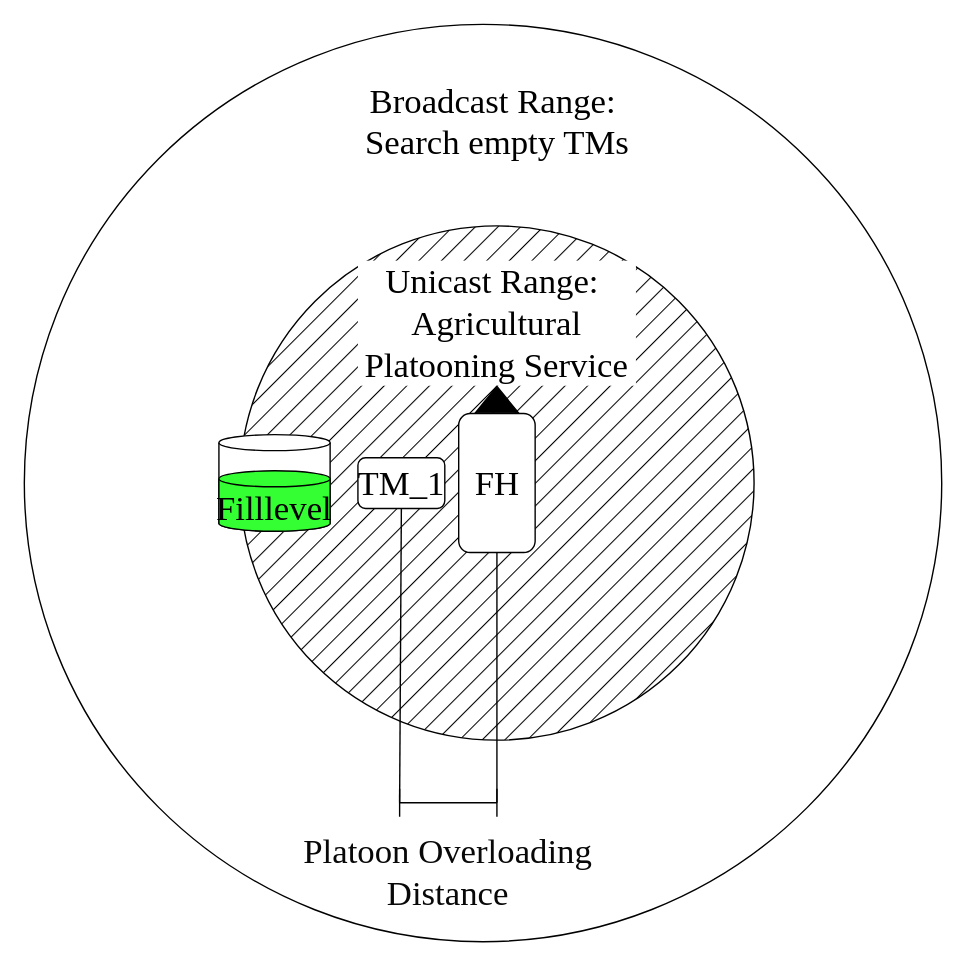
This is page "HALF Full" (13 of 15) of figures/drawio_files/drawings.drawio from klautenschlaeger/diploma_thesis, a draw.io file, before an edit. Source tidied: cells renumbered, new cells numbered last; positions are measured from the earlier drawing's top-left corner, leaving out a move shared by most shapes. Both pictures are drawn from the tidied source at 139%, with x=0, y=0 at pixel (24, 24).
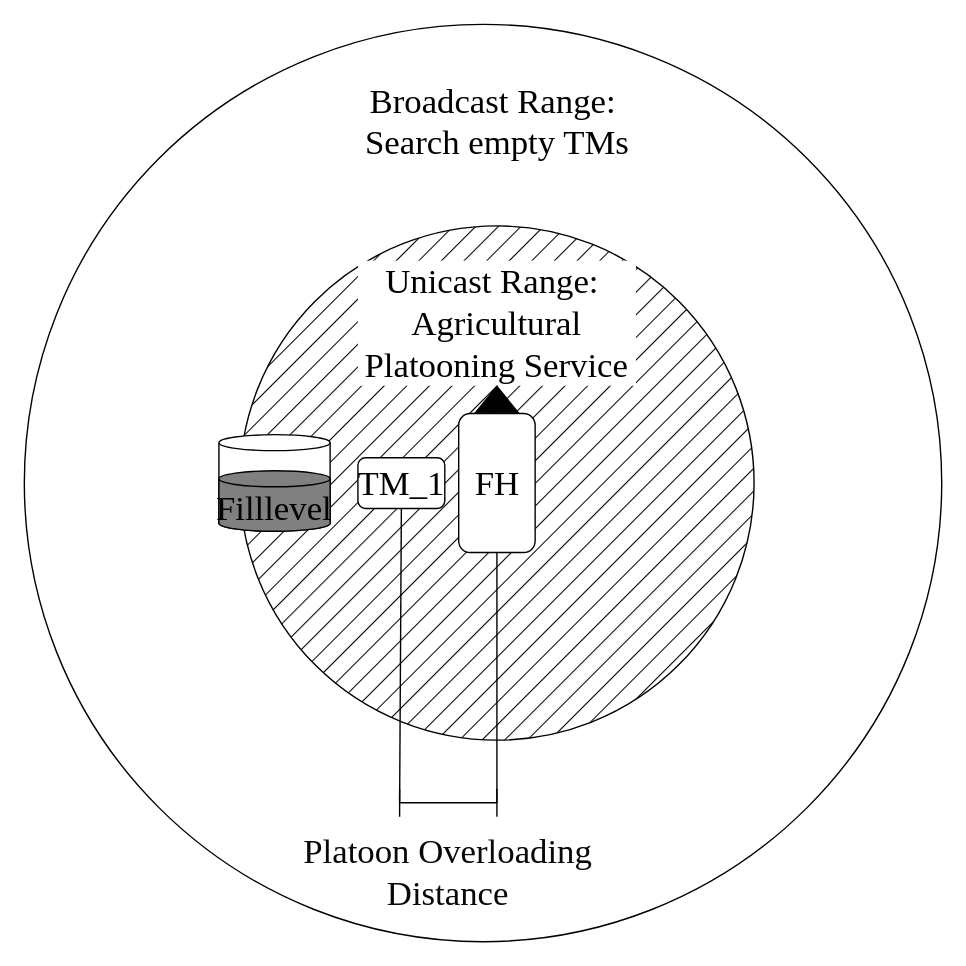
After the change.

Diff of the diagram source:
```diff
@@
 <mxGraphModel>
   <root>
     <mxCell id="0" />
     <mxCell id="1" parent="0" />
     <mxCell id="2" style="ellipse;whiteSpace=wrap;html=1;fillStyle=hatch;fillColor=#000000;" parent="1" vertex="1">
       <mxGeometry x="155" y="145" width="370" height="370" as="geometry" />
     </mxCell>
     <mxCell id="3" style="ellipse;whiteSpace=wrap;html=1;fillColor=none;" parent="1" vertex="1">
       <mxGeometry width="660" height="660" as="geometry" />
     </mxCell>
     <mxCell id="4" value="&lt;font style=&quot;font-size: 25px;&quot;&gt;TM_1&lt;/font&gt;" style="rounded=1;whiteSpace=wrap;html=1;fillStyle=solid;fontSize=25;fontFamily=Times New Roman;" parent="1" vertex="1">
       <mxGeometry x="240" y="311.8" width="62.5" height="36.5" as="geometry" />
     </mxCell>
     <mxCell id="5" value="Broadcast Range:&amp;nbsp;&lt;br style=&quot;font-size: 25px;&quot;&gt;Search empty TMs" style="text;html=1;strokeColor=none;fillColor=#FFFFFF;align=center;verticalAlign=middle;whiteSpace=wrap;rounded=0;fillStyle=solid;fontFamily=Times New Roman;fontSize=25;" parent="1" vertex="1">
       <mxGeometry x="237.5" y="30" width="205" height="80" as="geometry" />
     </mxCell>
     <mxCell id="6" value="&lt;font style=&quot;font-size: 25px;&quot;&gt;Unicast Range:&amp;nbsp;&lt;br style=&quot;font-size: 25px;&quot;&gt;Agricultural Platooning Service&lt;/font&gt;" style="text;html=1;strokeColor=none;fillColor=#FFFFFF;align=center;verticalAlign=middle;whiteSpace=wrap;rounded=0;fillStyle=solid;fontFamily=Times New Roman;fontSize=25;" parent="1" vertex="1">
       <mxGeometry x="240" y="170" width="200" height="90" as="geometry" />
     </mxCell>
     <mxCell id="7" style="shape=flexArrow;endArrow=classic;html=1;rounded=0;labelBackgroundColor=#000000;fontFamily=Open Sans;fontSize=16;fontColor=default;exitX=0.5;exitY=0;exitDx=0;exitDy=0;entryX=0.5;entryY=1;entryDx=0;entryDy=0;labelBorderColor=default;fillColor=#000000;" parent="1" edge="1" source="10" target="6">
       <mxGeometry relative="1" as="geometry" />
     </mxCell>
     <mxCell id="8" style="shape=cylinder3;whiteSpace=wrap;html=1;boundedLbl=1;backgroundOutline=1;size=5.763125770970646;rounded=0;fillStyle=solid;fontFamily=Open Sans;fontSize=22;fontColor=default;fillColor=#FFFFFF;gradientColor=none;" parent="1" vertex="1">
       <mxGeometry x="140" y="295.2" width="80" height="69.5" as="geometry" />
     </mxCell>
-    <mxCell id="9" value="Filllevel" style="shape=cylinder3;whiteSpace=wrap;html=1;boundedLbl=1;backgroundOutline=1;size=5.763125770970646;rounded=0;fillStyle=solid;fontFamily=Times New Roman;fontSize=25;fontColor=default;fillColor=#33FF33;gradientColor=none;" parent="1" vertex="1">
+    <mxCell id="9" value="Filllevel" style="shape=cylinder3;whiteSpace=wrap;html=1;boundedLbl=1;backgroundOutline=1;size=5.763125770970646;rounded=0;fillStyle=solid;fontFamily=Times New Roman;fontSize=25;fontColor=default;fillColor=#808080;gradientColor=none;" parent="1" vertex="1">
       <mxGeometry x="140" y="321.2" width="80" height="43.5" as="geometry" />
     </mxCell>
     <mxCell id="10" value="FH" style="rounded=1;whiteSpace=wrap;html=1;fillStyle=solid;fillColor=#FFFFFF;fontSize=25;fontFamily=Times New Roman;" parent="1" vertex="1">
       <mxGeometry x="312.5" y="280" width="55" height="100" as="geometry" />
     </mxCell>
     <mxCell id="11" style="shape=crossbar;whiteSpace=wrap;html=1;rounded=1;labelBackgroundColor=none;fontFamily=Times New Roman;fontSize=22;" parent="1" vertex="1">
       <mxGeometry x="270" y="550" width="70" height="20" as="geometry" />
     </mxCell>
     <mxCell id="12" style="endArrow=none;html=1;rounded=0;fontFamily=Times New Roman;fontSize=22;entryX=0.5;entryY=1;entryDx=0;entryDy=0;exitX=0;exitY=0.5;exitDx=0;exitDy=0;exitPerimeter=0;" parent="1" edge="1" source="11" target="4">
       <mxGeometry relative="1" as="geometry" />
     </mxCell>
     <mxCell id="13" style="endArrow=none;html=1;rounded=0;fontFamily=Times New Roman;fontSize=22;entryX=0.5;entryY=1;entryDx=0;entryDy=0;exitX=1;exitY=0.5;exitDx=0;exitDy=0;exitPerimeter=0;" parent="1" edge="1" source="11" target="10">
       <mxGeometry relative="1" as="geometry" />
     </mxCell>
     <mxCell id="14" value="&lt;div style=&quot;color: rgb(8, 8, 8); font-size: 25px;&quot;&gt;&lt;div style=&quot;font-size: 25px;&quot;&gt;&lt;font style=&quot;font-size: 25px;&quot;&gt;Platoon Overloading Distance&lt;/font&gt;&lt;/div&gt;&lt;/div&gt;" style="text;html=1;strokeColor=none;fillColor=none;align=center;verticalAlign=middle;whiteSpace=wrap;rounded=0;labelBackgroundColor=none;fontFamily=Times New Roman;fontSize=25;" parent="1" vertex="1">
       <mxGeometry x="195" y="580" width="220" height="60" as="geometry" />
     </mxCell>
   </root>
 </mxGraphModel>
```
